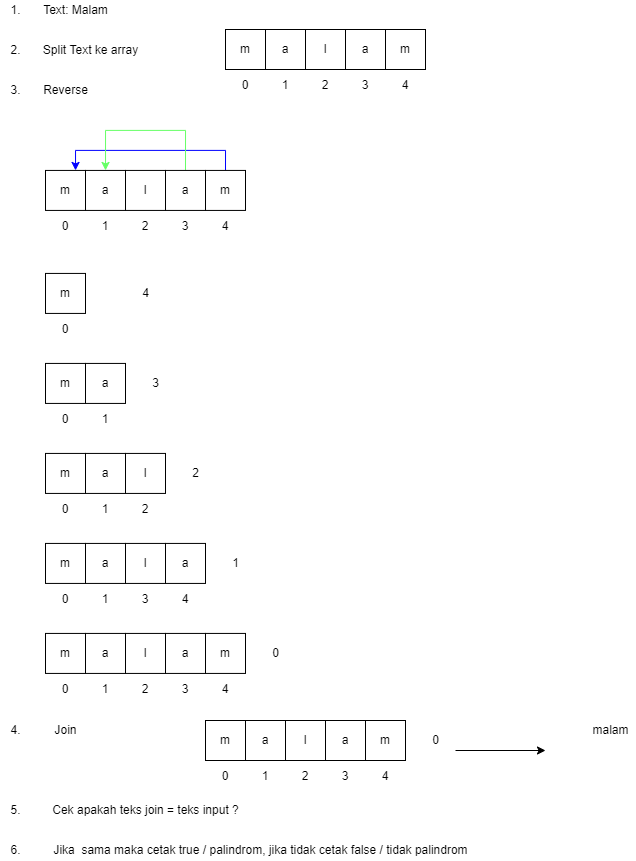
Before: Tugas 2/reverse dan palindrom-Algoritma Palindrom.drawio.png, a diagram exported from draw.io (taufik17/Pijar_Camp). Source tidied: cells renumbered, new cells last; positions are measured from the earlier drawing's top-left corner, leaving out a move shared by most shapes.
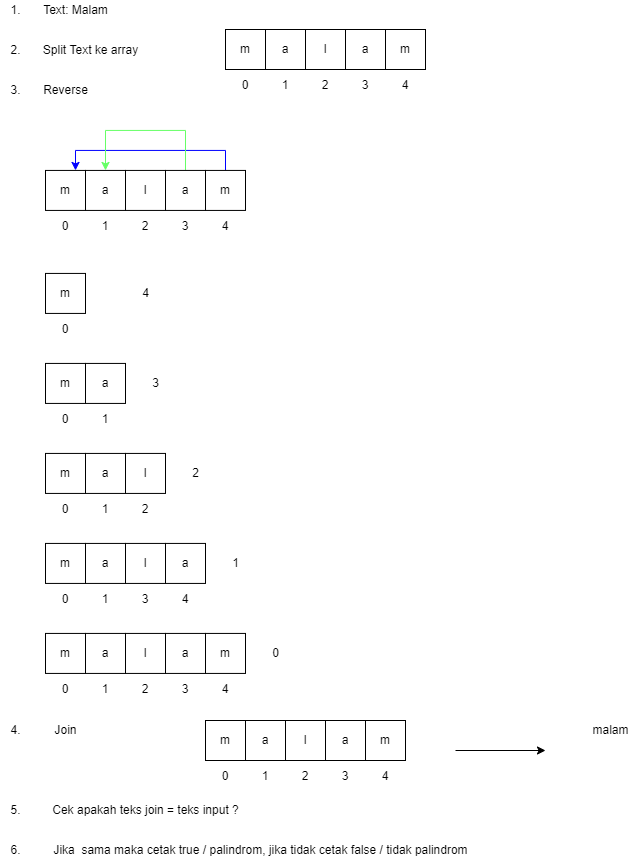
Above is the later version.

What changed in the source:
```diff
@@ -234,9 +234,6 @@
     <mxCell id="75" value="4" style="text;html=1;strokeColor=none;fillColor=none;align=center;verticalAlign=middle;whiteSpace=wrap;rounded=0;" parent="1" vertex="1">
       <mxGeometry x="365" y="761" width="40" height="30" as="geometry" />
     </mxCell>
-    <mxCell id="76" value="0" style="text;html=1;align=center;verticalAlign=middle;strokeColor=none;fillColor=none;" parent="1" vertex="1">
-      <mxGeometry x="425" y="730" width="20" height="20" as="geometry" />
-    </mxCell>
     <mxCell id="77" value="Join" style="text;html=1;align=center;verticalAlign=middle;strokeColor=none;fillColor=none;" parent="1" vertex="1">
       <mxGeometry x="45" y="720" width="40" height="20" as="geometry" />
     </mxCell>
```
